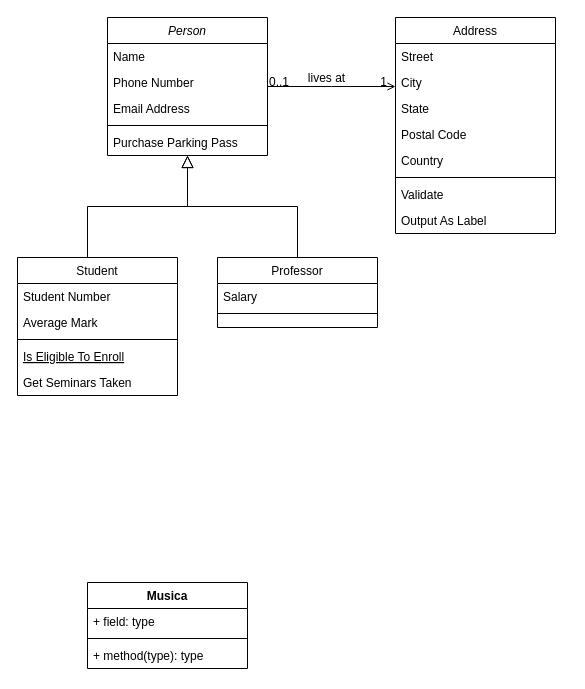
Earlier version of the draw.io diagram Diagrama sem nome.drawio (samorysundjata/Jukebox). Source tidied: cells renumbered, new cells numbered last; positions are measured from the earlier drawing's top-left corner, leaving out a move shared by most shapes. Both pictures are drawn from the tidied source at 100%, with x=0, y=0 at pixel (17, 17).
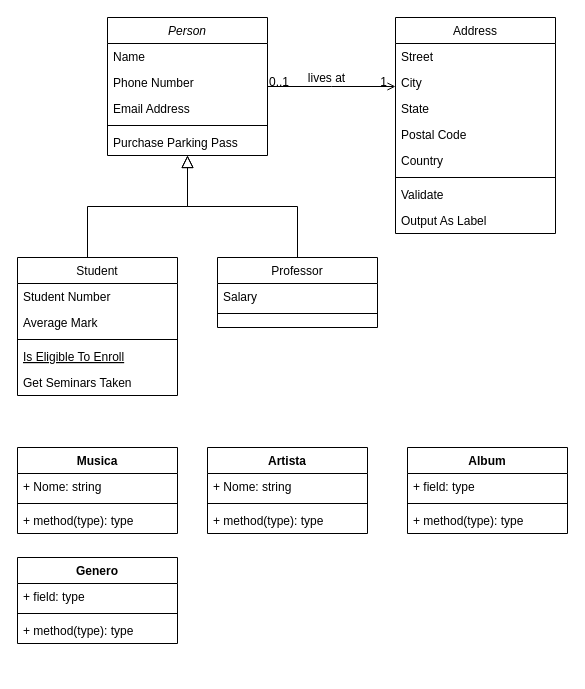
Above is the later version.

Commit message:
mais classes

What changed in the source:
```diff
@@
     <mxCell id="32" value="Musica&#10;" style="swimlane;fontStyle=1;align=center;verticalAlign=top;horizontal=1;startSize=26;" parent="1" vertex="1">
-      <mxGeometry x="70" y="565" width="160" height="86" as="geometry" />
+      <mxGeometry y="430" width="160" height="86" as="geometry" />
     </mxCell>
-    <mxCell id="33" value="+ field: type" style="text;strokeColor=none;fillColor=none;align=left;verticalAlign=top;spacingLeft=4;spacingRight=4;overflow=hidden;" parent="32" vertex="1">
+    <mxCell id="33" value="+ Nome: string" style="text;strokeColor=none;fillColor=none;align=left;verticalAlign=top;spacingLeft=4;spacingRight=4;overflow=hidden;" parent="32" vertex="1">
       <mxGeometry y="26" width="160" height="26" as="geometry" />
     </mxCell>
@@
+    <mxCell id="36" value="Artista&#10;" style="swimlane;fontStyle=1;align=center;verticalAlign=top;horizontal=1;startSize=26;" parent="1" vertex="1">
+      <mxGeometry x="190" y="430" width="160" height="86" as="geometry" />
+    </mxCell>
+    <mxCell id="37" value="+ Nome: string" style="text;strokeColor=none;fillColor=none;align=left;verticalAlign=top;spacingLeft=4;spacingRight=4;overflow=hidden;" parent="36" vertex="1">
+      <mxGeometry y="26" width="160" height="26" as="geometry" />
+    </mxCell>
+    <mxCell id="38" style="line;strokeWidth=1;fillColor=none;align=left;verticalAlign=middle;spacingTop=-1;spacingLeft=3;spacingRight=3;labelPosition=right;strokeColor=inherit;" parent="36" vertex="1">
+      <mxGeometry y="52" width="160" height="8" as="geometry" />
+    </mxCell>
+    <mxCell id="39" value="+ method(type): type" style="text;strokeColor=none;fillColor=none;align=left;verticalAlign=top;spacingLeft=4;spacingRight=4;overflow=hidden;" parent="36" vertex="1">
+      <mxGeometry y="60" width="160" height="26" as="geometry" />
+    </mxCell>
+    <mxCell id="40" value="Genero" style="swimlane;fontStyle=1;align=center;verticalAlign=top;horizontal=1;startSize=26;" parent="1" vertex="1">
+      <mxGeometry y="540" width="160" height="86" as="geometry" />
+    </mxCell>
+    <mxCell id="41" value="+ field: type" style="text;strokeColor=none;fillColor=none;align=left;verticalAlign=top;spacingLeft=4;spacingRight=4;overflow=hidden;" parent="40" vertex="1">
+      <mxGeometry y="26" width="160" height="26" as="geometry" />
+    </mxCell>
+    <mxCell id="42" style="line;strokeWidth=1;fillColor=none;align=left;verticalAlign=middle;spacingTop=-1;spacingLeft=3;spacingRight=3;labelPosition=right;strokeColor=inherit;" parent="40" vertex="1">
+      <mxGeometry y="52" width="160" height="8" as="geometry" />
+    </mxCell>
+    <mxCell id="43" value="+ method(type): type" style="text;strokeColor=none;fillColor=none;align=left;verticalAlign=top;spacingLeft=4;spacingRight=4;overflow=hidden;" parent="40" vertex="1">
+      <mxGeometry y="60" width="160" height="26" as="geometry" />
+    </mxCell>
+    <mxCell id="44" value="Album" style="swimlane;fontStyle=1;align=center;verticalAlign=top;horizontal=1;startSize=26;" parent="1" vertex="1">
+      <mxGeometry x="390" y="430" width="160" height="86" as="geometry" />
+    </mxCell>
+    <mxCell id="45" value="+ field: type" style="text;strokeColor=none;fillColor=none;align=left;verticalAlign=top;spacingLeft=4;spacingRight=4;overflow=hidden;" parent="44" vertex="1">
+      <mxGeometry y="26" width="160" height="26" as="geometry" />
+    </mxCell>
+    <mxCell id="46" style="line;strokeWidth=1;fillColor=none;align=left;verticalAlign=middle;spacingTop=-1;spacingLeft=3;spacingRight=3;labelPosition=right;strokeColor=inherit;" parent="44" vertex="1">
+      <mxGeometry y="52" width="160" height="8" as="geometry" />
+    </mxCell>
+    <mxCell id="47" value="+ method(type): type" style="text;strokeColor=none;fillColor=none;align=left;verticalAlign=top;spacingLeft=4;spacingRight=4;overflow=hidden;" parent="44" vertex="1">
+      <mxGeometry y="60" width="160" height="26" as="geometry" />
+    </mxCell>
```
